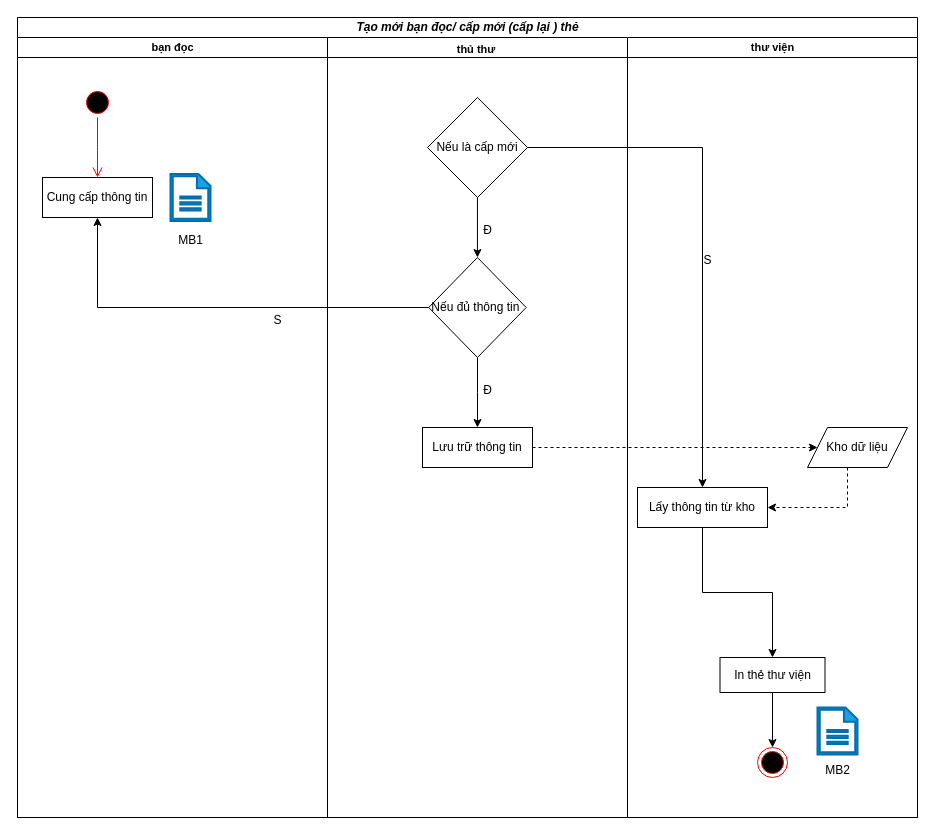
The draw.io diagram page "Tạo mới bạn đọc/ cấp mới (cấp lại ) thẻ" (1 of 11) of bài tap lớn/Biểu đồ hoạt động.drawio in vqh17062001/PTTKHT, before the edit. Source tidied: cells renumbered, new cells numbered last; positions are measured from the earlier drawing's top-left corner, leaving out a move shared by most shapes. Both pictures are drawn from the tidied source at 100%, with x=0, y=0 at pixel (17, 17).
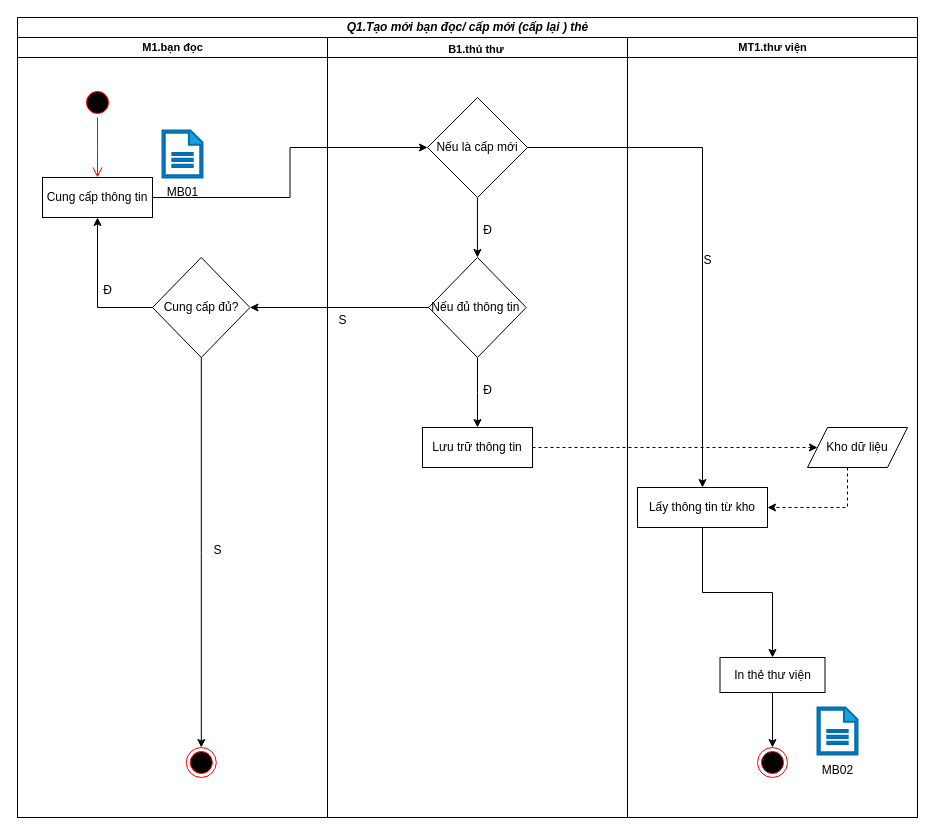
The same page after the edit.

Unchanged cells that the change refers to:
```xml
<mxCell id="6" value="Cung cấp thông tin" style="rounded=0;whiteSpace=wrap;html=1;" parent="3" vertex="1">
  <mxGeometry x="25" y="140" width="110" height="40" as="geometry" />
</mxCell>
<mxCell id="11" value="Nếu là cấp mới" style="rhombus;whiteSpace=wrap;html=1;" parent="9" vertex="1">
  <mxGeometry x="100" y="60" width="100" height="100" as="geometry" />
</mxCell>
<mxCell id="13" value="Nếu đủ thông tin&amp;nbsp;" style="rhombus;whiteSpace=wrap;html=1;" parent="9" vertex="1">
  <mxGeometry x="101.2" y="220" width="97.5" height="100" as="geometry" />
</mxCell>
```

Change to the diagram source:
```diff
@@
-    <mxCell id="2" value="&lt;b&gt;&lt;i&gt;Tạo mới bạn đọc/ cấp mới (cấp lại ) thẻ&lt;/i&gt;&lt;/b&gt;" style="swimlane;startSize=20;html=1;" parent="1" vertex="1">
+    <mxCell id="2" value="&lt;b&gt;&lt;i&gt;Q1.Tạo mới bạn đọc/ cấp mới (cấp lại ) thẻ&lt;/i&gt;&lt;/b&gt;" style="swimlane;startSize=20;html=1;" parent="1" vertex="1">
       <mxGeometry width="900" height="800" as="geometry" />
     </mxCell>
-    <mxCell id="3" value="&lt;font style=&quot;font-size: 11px;&quot;&gt;&lt;b&gt;bạn đọc&lt;/b&gt;&lt;br&gt;&lt;/font&gt;&lt;span style=&quot;font-size:13.0pt;&lt;br/&gt;line-height:130%;font-family:&amp;quot;Times New Roman&amp;quot;,serif;mso-fareast-font-family:&lt;br/&gt;Calibri;mso-ansi-language:VI;mso-fareast-language:EN-US;mso-bidi-language:AR-SA;&lt;br/&gt;mso-bidi-font-weight:bold&quot; lang=&quot;VI&quot;&gt;&lt;/span&gt;" style="swimlane;startSize=20;html=1;" parent="2" vertex="1">
+    <mxCell id="3" value="&lt;font style=&quot;font-size: 11px;&quot;&gt;&lt;b&gt;M1.bạn đọc&lt;/b&gt;&lt;br&gt;&lt;/font&gt;&lt;span style=&quot;font-size:13.0pt;&lt;br/&gt;line-height:130%;font-family:&amp;quot;Times New Roman&amp;quot;,serif;mso-fareast-font-family:&lt;br/&gt;Calibri;mso-ansi-language:VI;mso-fareast-language:EN-US;mso-bidi-language:AR-SA;&lt;br/&gt;mso-bidi-font-weight:bold&quot; lang=&quot;VI&quot;&gt;&lt;/span&gt;" style="swimlane;startSize=20;html=1;" parent="2" vertex="1">
       <mxGeometry y="20" width="310" height="780" as="geometry" />
     </mxCell>
@@
     <mxCell id="7" style="sketch=0;shadow=0;html=1;strokeColor=#006EAF;fillColor=#1ba1e2;labelPosition=center;verticalLabelPosition=bottom;verticalAlign=top;align=center;shape=mxgraph.office.concepts.document;fontColor=#ffffff;strokeWidth=2;" parent="3" vertex="1">
-      <mxGeometry x="153" y="136.5" width="40" height="47" as="geometry" />
+      <mxGeometry x="145" y="93" width="40" height="47" as="geometry" />
     </mxCell>
-    <mxCell id="8" value="MB1" style="text;html=1;align=center;verticalAlign=middle;strokeColor=none;fillColor=none;" parent="3" vertex="1">
-      <mxGeometry x="148" y="188" width="50" height="30" as="geometry" />
+    <mxCell id="8" value="MB01" style="text;html=1;align=center;verticalAlign=middle;strokeColor=none;fillColor=none;" parent="3" vertex="1">
+      <mxGeometry x="140" y="140" width="50" height="30" as="geometry" />
     </mxCell>
+    <mxCell id="32" style="edgeStyle=orthogonalEdgeStyle;rounded=0;jettySize=auto;html=1;entryX=0.5;entryY=1;entryDx=0;entryDy=0;" parent="3" edge="1" source="34" target="6">
+      <mxGeometry relative="1" as="geometry">
+        <Array as="points">
+          <mxPoint x="80" y="270" />
+        </Array>
+      </mxGeometry>
+    </mxCell>
+    <mxCell id="33" style="edgeStyle=orthogonalEdgeStyle;rounded=0;jettySize=auto;html=1;entryX=0.5;entryY=0;entryDx=0;entryDy=0;" parent="3" edge="1" source="34" target="35">
+      <mxGeometry relative="1" as="geometry" />
+    </mxCell>
+    <mxCell id="34" value="Cung cấp đủ?" style="rhombus;whiteSpace=wrap;html=1;" parent="3" vertex="1">
+      <mxGeometry x="135" y="220" width="97.5" height="100" as="geometry" />
+    </mxCell>
+    <mxCell id="35" style="ellipse;html=1;shape=endState;fillColor=#000000;strokeColor=#ff0000;" parent="3" vertex="1">
+      <mxGeometry x="168.8" y="710" width="30" height="30" as="geometry" />
+    </mxCell>
-    <mxCell id="9" value="&lt;b&gt;&lt;font style=&quot;font-size: 11px;&quot;&gt;thủ thư&amp;nbsp;&lt;/font&gt;&lt;/b&gt;&lt;span style=&quot;font-size:13.0pt;line-height:130%;&lt;br/&gt;font-family:&amp;quot;Times New Roman&amp;quot;,serif;mso-fareast-font-family:Calibri;mso-ansi-language:&lt;br/&gt;VI;mso-fareast-language:EN-US;mso-bidi-language:AR-SA;mso-bidi-font-weight:&lt;br/&gt;bold&quot; lang=&quot;VI&quot;&gt;&lt;/span&gt;" style="swimlane;startSize=20;html=1;" parent="2" vertex="1">
+    <mxCell id="9" value="&lt;b&gt;&lt;font style=&quot;font-size: 11px;&quot;&gt;B1.thủ thư&amp;nbsp;&lt;/font&gt;&lt;/b&gt;&lt;span style=&quot;font-size:13.0pt;line-height:130%;&lt;br/&gt;font-family:&amp;quot;Times New Roman&amp;quot;,serif;mso-fareast-font-family:Calibri;mso-ansi-language:&lt;br/&gt;VI;mso-fareast-language:EN-US;mso-bidi-language:AR-SA;mso-bidi-font-weight:&lt;br/&gt;bold&quot; lang=&quot;VI&quot;&gt;&lt;/span&gt;" style="swimlane;startSize=20;html=1;" parent="2" vertex="1">
       <mxGeometry x="310" y="20" width="300" height="780" as="geometry" />
     </mxCell>
@@
+    <mxCell id="30" value="S" style="text;html=1;align=center;verticalAlign=middle;strokeColor=none;fillColor=none;" parent="9" vertex="1">
+      <mxGeometry y="268" width="30" height="30" as="geometry" />
+    </mxCell>
-    <mxCell id="15" value="&lt;b&gt;&lt;font style=&quot;font-size: 11px;&quot;&gt;thư viện&lt;/font&gt;&lt;/b&gt;" style="swimlane;startSize=20;html=1;" parent="2" vertex="1">
+    <mxCell id="15" value="&lt;b&gt;&lt;font style=&quot;font-size: 11px;&quot;&gt;MT1.thư viện&lt;/font&gt;&lt;/b&gt;" style="swimlane;startSize=20;html=1;" parent="2" vertex="1">
       <mxGeometry x="610" y="20" width="290" height="780" as="geometry" />
     </mxCell>
@@
+    <mxCell id="36" style="edgeStyle=orthogonalEdgeStyle;rounded=0;jettySize=auto;html=1;entryX=0;entryY=0.5;entryDx=0;entryDy=0;" parent="2" edge="1" source="6" target="11">
+      <mxGeometry relative="1" as="geometry" />
+    </mxCell>
-    <mxCell id="26" style="edgeStyle=orthogonalEdgeStyle;rounded=0;jettySize=auto;html=1;entryX=0.5;entryY=1;entryDx=0;entryDy=0;" parent="2" edge="1" source="13" target="6">
+    <mxCell id="26" style="edgeStyle=orthogonalEdgeStyle;rounded=0;jettySize=auto;html=1;entryX=1;entryY=0.5;entryDx=0;entryDy=0;" parent="2" edge="1" source="13" target="34">
       <mxGeometry relative="1" as="geometry" />
     </mxCell>
@@
-    <mxCell id="30" value="S" style="text;html=1;align=center;verticalAlign=middle;strokeColor=none;fillColor=none;" parent="1" vertex="1">
-      <mxGeometry x="245" y="288" width="30" height="30" as="geometry" />
-    </mxCell>
-    <mxCell id="31" value="MB2" style="text;html=1;align=center;verticalAlign=middle;strokeColor=none;fillColor=none;" parent="1" vertex="1">
+    <mxCell id="31" value="MB02" style="text;html=1;align=center;verticalAlign=middle;strokeColor=none;fillColor=none;" parent="1" vertex="1">
       <mxGeometry x="795" y="738" width="50" height="30" as="geometry" />
     </mxCell>
+    <mxCell id="37" value="Đ" style="text;html=1;align=center;verticalAlign=middle;strokeColor=none;fillColor=none;" parent="1" vertex="1">
+      <mxGeometry x="75" y="258" width="30" height="30" as="geometry" />
+    </mxCell>
+    <mxCell id="38" value="S" style="text;html=1;align=center;verticalAlign=middle;strokeColor=none;fillColor=none;" parent="1" vertex="1">
+      <mxGeometry x="185" y="518" width="30" height="30" as="geometry" />
+    </mxCell>
```
